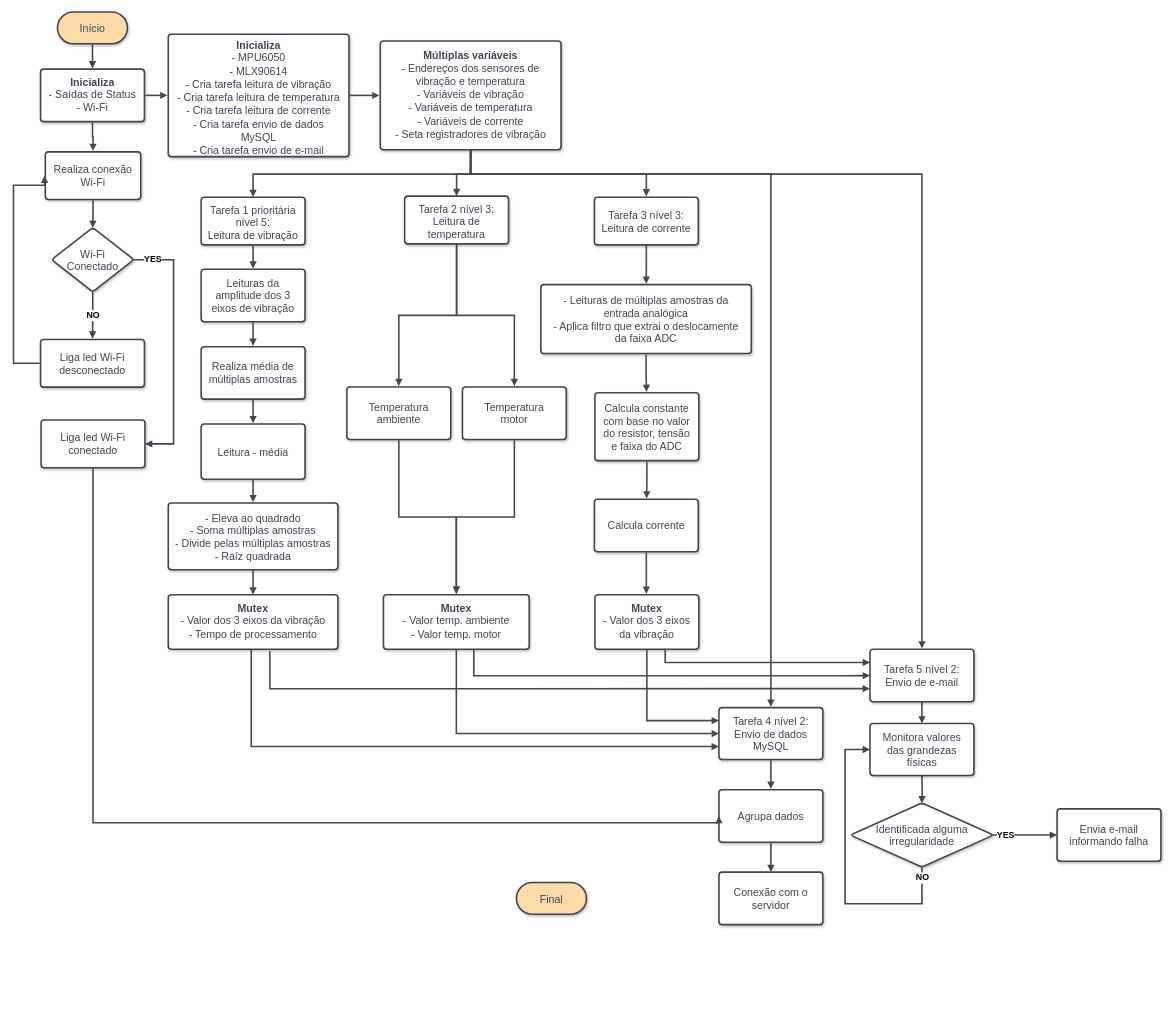
Earlier version of the draw.io diagram FluxogramaProgESP32_TCC2.drawio (fpaloschi/Fluxograma). Source tidied: cells renumbered, new cells numbered last; positions are measured from the earlier drawing's top-left corner, leaving out a move shared by most shapes. Both pictures are drawn from the tidied source at 53%, with x=0, y=0 at pixel (13, 12).
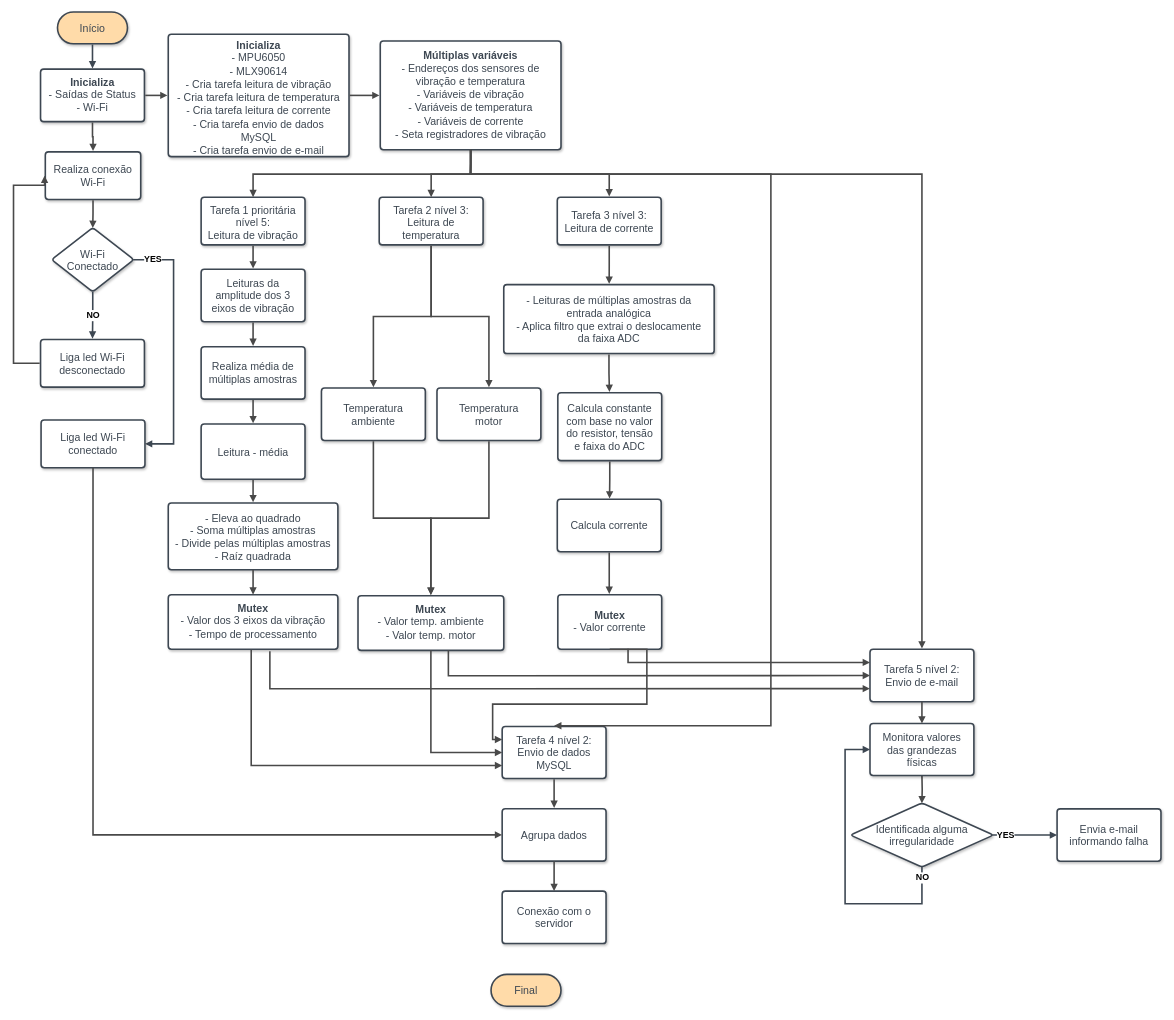
The same diagram, later.

Unchanged cells that the change refers to:
```xml
<mxCell id="22" value="Liga led Wi-Fi conectado" style="html=1;overflow=block;blockSpacing=1;whiteSpace=wrap;fontSize=20;fontFamily=Helvetica;fontColor=#3d4752;align=center;spacing=11.3;strokeColor=#3d4752;strokeOpacity=100;fillOpacity=100;rounded=1;absoluteArcSize=1;arcSize=12;shadow=1;fillColor=#ffffff;strokeWidth=3;lucidId=9ILj2eCA24AJ;" parent="1" vertex="1">
  <mxGeometry x="52" y="770" width="196" height="90" as="geometry" />
</mxCell>
<mxCell id="25" value="&lt;div style=&quot;display: flex; justify-content: center; text-align: center; align-items: baseline; font-size: 0; line-height: 1.25;margin-top: -2px;&quot;&gt;&lt;span&gt;&lt;span style=&quot;font-size:20px;color:#3d4752;font-weight: bold;font-family: Helvetica;&quot;&gt;Múltiplas variáveis&lt;/span&gt;&lt;span style=&quot;font-size:20px;color:#3d4752;font-family: Helvetica;&quot;&gt;&#10;&lt;/span&gt;&lt;/span&gt;&lt;/div&gt;&lt;div style=&quot;display: flex; justify-content: center; text-align: center; align-items: baseline; font-size: 0; line-height: 1.25;margin-top: -2px;&quot;&gt;&lt;span&gt;&lt;span style=&quot;font-size:20px;color:#3d4752;font-family: Helvetica;&quot;&gt;- Endereços dos sensores de vibração e temperatura&#10;- Variáveis de vibração&#10;- Variáveis de temperatura&#10;- Variáveis de corrente&#10;- Seta registradores de vibração&lt;/span&gt;&lt;/span&gt;&lt;/div&gt;" style="html=1;overflow=block;blockSpacing=1;whiteSpace=wrap;fontSize=13;fontFamily=Helvetica;spacing=11.3;strokeColor=#3d4752;strokeOpacity=100;fillOpacity=100;rounded=1;absoluteArcSize=1;arcSize=12;shadow=1;fillColor=#ffffff;strokeWidth=3;lucidId=vPLjcjZQjcOV;" parent="1" vertex="1">
  <mxGeometry x="692" y="55" width="341" height="205" as="geometry" />
</mxCell>
<mxCell id="54" value="&lt;div style=&quot;color: rgb(0, 0, 0); display: flex; justify-content: center; align-items: baseline; font-size: 0px; line-height: 1.25; margin-top: -2px;&quot;&gt;&lt;span style=&quot;font-size: 20px; color: rgb(61, 71, 82); font-weight: bold;&quot;&gt;Mutex&lt;/span&gt;&lt;span style=&quot;font-size: 20px; color: rgb(61, 71, 82);&quot;&gt;&lt;br&gt;&lt;/span&gt;&lt;/div&gt;&lt;div style=&quot;color: rgb(0, 0, 0); display: flex; justify-content: center; align-items: baseline; font-size: 0px; line-height: 1.25; margin-top: -2px;&quot;&gt;&lt;span style=&quot;font-size: 20px; color: rgb(61, 71, 82);&quot;&gt;- Valor dos 3 eixos da vibração&lt;br&gt;- Tempo de processamento&lt;/span&gt;&lt;/div&gt;" style="html=1;overflow=block;blockSpacing=1;whiteSpace=wrap;fontSize=20;fontFamily=Helvetica;fontColor=#3d4752;align=center;spacing=11.3;strokeColor=#3d4752;strokeOpacity=100;fillOpacity=100;rounded=1;absoluteArcSize=1;arcSize=12;shadow=1;fillColor=#ffffff;strokeWidth=3;lucidId=wdOjxjT~BS-Q;" parent="1" vertex="1">
  <mxGeometry x="292" y="1099.6" width="320" height="103" as="geometry" />
</mxCell>
```

Diff of the diagram source:
```diff
@@
     <mxCell id="6" value="Final" style="html=1;overflow=block;blockSpacing=1;whiteSpace=wrap;rounded=1;arcSize=50;fontSize=20;fontFamily=Helvetica;fontColor=#3d4752;align=center;spacing=11.3;strokeColor=#3d4752;strokeOpacity=100;fillOpacity=100;shadow=1;fillColor=#ffdba9;strokeWidth=3;lucidId=t1cwyaAYWCxq;" parent="1" vertex="1">
-      <mxGeometry x="949" y="1642.6" width="132" height="60" as="geometry" />
+      <mxGeometry x="901" y="1816" width="132" height="60" as="geometry" />
     </mxCell>
@@
     <mxCell id="17" value="Tarefa 2 nível 3: &#10;Leitura de temperatura" style="html=1;overflow=block;blockSpacing=1;whiteSpace=wrap;fontSize=20;fontFamily=Helvetica;fontColor=#3d4752;align=center;spacing=11.3;strokeColor=#3d4752;strokeOpacity=100;fillOpacity=100;rounded=1;absoluteArcSize=1;arcSize=12;shadow=1;fillColor=#ffffff;strokeWidth=3;lucidId=HxLj36Be4zOr;" parent="1" vertex="1">
-      <mxGeometry x="738" y="347.6" width="196" height="90" as="geometry" />
+      <mxGeometry x="690" y="349.6" width="196" height="90" as="geometry" />
     </mxCell>
     <mxCell id="18" value="Tarefa 3 nível 3: &#10;Leitura de corrente" style="html=1;overflow=block;blockSpacing=1;whiteSpace=wrap;fontSize=20;fontFamily=Helvetica;fontColor=#3d4752;align=center;spacing=11.3;strokeColor=#3d4752;strokeOpacity=100;fillOpacity=100;rounded=1;absoluteArcSize=1;arcSize=12;shadow=1;fillColor=#ffffff;strokeWidth=3;lucidId=NyLjOp56AqbX;" parent="1" vertex="1">
-      <mxGeometry x="1096" y="349.6" width="196" height="90" as="geometry" />
+      <mxGeometry x="1026" y="349.6" width="196" height="90" as="geometry" />
     </mxCell>
     <mxCell id="19" value="Tarefa 4 nível 2: &#10;Envio de dados MySQL" style="html=1;overflow=block;blockSpacing=1;whiteSpace=wrap;fontSize=20;fontFamily=Helvetica;fontColor=#3d4752;align=center;spacing=11.3;strokeColor=#3d4752;strokeOpacity=100;fillOpacity=100;rounded=1;absoluteArcSize=1;arcSize=12;shadow=1;fillColor=#ffffff;strokeWidth=3;lucidId=rzLjJsJPlAcu;" parent="1" vertex="1">
-      <mxGeometry x="1331" y="1312.6" width="196" height="98" as="geometry" />
+      <mxGeometry x="922" y="1348.3" width="196" height="98" as="geometry" />
     </mxCell>
@@
     <mxCell id="29" value="Temperatura&#10;ambiente" style="html=1;overflow=block;blockSpacing=1;whiteSpace=wrap;fontSize=20;fontFamily=Helvetica;fontColor=#3d4752;align=center;spacing=11.3;strokeColor=#3d4752;strokeOpacity=100;fillOpacity=100;rounded=1;absoluteArcSize=1;arcSize=12;shadow=1;fillColor=#ffffff;strokeWidth=3;lucidId=rtMj4EFjBH4M;" parent="1" vertex="1">
-      <mxGeometry x="629" y="707.6" width="196" height="99" as="geometry" />
+      <mxGeometry x="581" y="709.6" width="196" height="99" as="geometry" />
     </mxCell>
     <mxCell id="30" value="Temperatura&#10;motor" style="html=1;overflow=block;blockSpacing=1;whiteSpace=wrap;fontSize=20;fontFamily=Helvetica;fontColor=#3d4752;align=center;spacing=11.3;strokeColor=#3d4752;strokeOpacity=100;fillOpacity=100;rounded=1;absoluteArcSize=1;arcSize=12;shadow=1;fillColor=#ffffff;strokeWidth=3;lucidId=XtMjKPEEW~Cp;" parent="1" vertex="1">
-      <mxGeometry x="847" y="707.6" width="196" height="99" as="geometry" />
+      <mxGeometry x="799" y="709.6" width="196" height="99" as="geometry" />
     </mxCell>
@@
     <mxCell id="32" value="- Leituras de múltiplas amostras da entrada analógica&#10;- Aplica filtro que extrai o deslocamente da faixa ADC" style="html=1;overflow=block;blockSpacing=1;whiteSpace=wrap;fontSize=20;fontFamily=Helvetica;fontColor=#3d4752;align=center;spacing=11.3;strokeColor=#3d4752;strokeOpacity=100;fillOpacity=100;rounded=1;absoluteArcSize=1;arcSize=12;shadow=1;fillColor=#ffffff;strokeWidth=3;lucidId=dkOjYEfTatYL;" parent="1" vertex="1">
-      <mxGeometry x="995" y="514.6" width="397" height="130" as="geometry" />
+      <mxGeometry x="925" y="514.6" width="397" height="130" as="geometry" />
     </mxCell>
     <mxCell id="33" value="Calcula constante com base no valor do resistor, tensão e faixa do ADC  " style="html=1;overflow=block;blockSpacing=1;whiteSpace=wrap;fontSize=20;fontFamily=Helvetica;fontColor=#3d4752;align=center;spacing=11.3;strokeColor=#3d4752;strokeOpacity=100;fillOpacity=100;rounded=1;absoluteArcSize=1;arcSize=12;shadow=1;fillColor=#ffffff;strokeWidth=3;lucidId=mtOjdV8swVLO;" parent="1" vertex="1">
-      <mxGeometry x="1097" y="718.6" width="196" height="128" as="geometry" />
+      <mxGeometry x="1027" y="718.6" width="196" height="128" as="geometry" />
     </mxCell>
     <mxCell id="34" value="Calcula corrente" style="html=1;overflow=block;blockSpacing=1;whiteSpace=wrap;fontSize=20;fontFamily=Helvetica;fontColor=#3d4752;align=center;spacing=11.3;strokeColor=#3d4752;strokeOpacity=100;fillOpacity=100;rounded=1;absoluteArcSize=1;arcSize=12;shadow=1;fillColor=#ffffff;strokeWidth=3;lucidId=ZwOj.ghcBY6T;" parent="1" vertex="1">
-      <mxGeometry x="1096" y="919.6" width="196" height="99" as="geometry" />
+      <mxGeometry x="1026" y="919.6" width="196" height="99" as="geometry" />
     </mxCell>
     <mxCell id="35" value="&lt;div style=&quot;display: flex; justify-content: center; text-align: center; align-items: baseline; font-size: 0; line-height: 1.25;margin-top: -2px;&quot;&gt;&lt;span&gt;&lt;span style=&quot;font-size:20px;color:#3d4752;font-weight: bold;font-family: Helvetica;&quot;&gt;Mutex&lt;/span&gt;&lt;span style=&quot;font-size:20px;color:#3d4752;font-family: Helvetica;&quot;&gt;&#10;&lt;/span&gt;&lt;/span&gt;&lt;/div&gt;&lt;div style=&quot;display: flex; justify-content: center; text-align: center; align-items: baseline; font-size: 0; line-height: 1.25;margin-top: -2px;&quot;&gt;&lt;span&gt;&lt;span style=&quot;font-size:20px;color:#3d4752;font-family: Helvetica;&quot;&gt; -  Valor temp. ambiente&#10;- Valor temp. motor&lt;/span&gt;&lt;/span&gt;&lt;/div&gt;" style="html=1;overflow=block;blockSpacing=1;whiteSpace=wrap;fontSize=13;fontFamily=Helvetica;spacing=11.3;strokeColor=#3d4752;strokeOpacity=100;fillOpacity=100;rounded=1;absoluteArcSize=1;arcSize=12;shadow=1;fillColor=#ffffff;strokeWidth=3;lucidId=1POj_GI9XOov;" parent="1" vertex="1">
-      <mxGeometry x="698" y="1099.6" width="275" height="103" as="geometry" />
+      <mxGeometry x="650" y="1101.6" width="275" height="103" as="geometry" />
     </mxCell>
     <mxCell id="36" style="html=1;jettySize=18;whiteSpace=wrap;fontSize=13;strokeColor=#494949;strokeWidth=3;rounded=1;arcSize=0;edgeStyle=orthogonalEdgeStyle;startArrow=none;endArrow=block;endFill=1;exitX=0.5;exitY=1;entryX=0.5;entryY=-0.017;entryPerimeter=0;lucidId=4ZOji4YNaRn5;exitDx=0;exitDy=0;" parent="1" edge="1" source="25" target="18">
       <mxGeometry relative="1" as="geometry">
         <Array as="points">
           <mxPoint x="863" y="306" />
-          <mxPoint x="1194" y="306" />
+          <mxPoint x="1124" y="306" />
         </Array>
       </mxGeometry>
     </mxCell>
@@
-    <mxCell id="48" value="&lt;div style=&quot;display: flex; justify-content: center; text-align: center; align-items: baseline; font-size: 0; line-height: 1.25;margin-top: -2px;&quot;&gt;&lt;span&gt;&lt;span style=&quot;font-size:20px;color:#3d4752;font-weight: bold;font-family: Helvetica;&quot;&gt;Mutex&lt;/span&gt;&lt;span style=&quot;font-size:20px;color:#3d4752;font-family: Helvetica;&quot;&gt;&#10;&lt;/span&gt;&lt;/span&gt;&lt;/div&gt;&lt;div style=&quot;display: flex; justify-content: center; text-align: center; align-items: baseline; font-size: 0; line-height: 1.25;margin-top: -2px;&quot;&gt;&lt;span&gt;&lt;span style=&quot;font-size:20px;color:#3d4752;font-family: Helvetica;&quot;&gt; - Valor dos 3 eixos da vibração&lt;/span&gt;&lt;/span&gt;&lt;/div&gt;" style="html=1;overflow=block;blockSpacing=1;whiteSpace=wrap;fontSize=13;fontFamily=Helvetica;spacing=11.3;strokeColor=#3d4752;strokeOpacity=100;fillOpacity=100;rounded=1;absoluteArcSize=1;arcSize=12;shadow=1;fillColor=#ffffff;strokeWidth=3;lucidId=.4OjOE916lod;" parent="1" vertex="1">
-      <mxGeometry x="1097" y="1099.6" width="196" height="103" as="geometry" />
+    <mxCell id="48" value="&lt;div style=&quot;display: flex; justify-content: center; text-align: center; align-items: baseline; font-size: 0; line-height: 1.25;margin-top: -2px;&quot;&gt;&lt;span&gt;&lt;span style=&quot;font-size:20px;color:#3d4752;font-weight: bold;font-family: Helvetica;&quot;&gt;Mutex&lt;/span&gt;&lt;span style=&quot;font-size:20px;color:#3d4752;font-family: Helvetica;&quot;&gt;&lt;br&gt;&lt;/span&gt;&lt;/span&gt;&lt;/div&gt;&lt;div style=&quot;display: flex; justify-content: center; text-align: center; align-items: baseline; font-size: 0; line-height: 1.25;margin-top: -2px;&quot;&gt;&lt;span&gt;&lt;span style=&quot;font-size:20px;color:#3d4752;font-family: Helvetica;&quot;&gt; - Valor corrente&lt;/span&gt;&lt;/span&gt;&lt;/div&gt;" style="html=1;overflow=block;blockSpacing=1;whiteSpace=wrap;fontSize=13;fontFamily=Helvetica;spacing=11.3;strokeColor=#3d4752;strokeOpacity=100;fillOpacity=100;rounded=1;absoluteArcSize=1;arcSize=12;shadow=1;fillColor=#ffffff;strokeWidth=3;lucidId=.4OjOE916lod;" parent="1" vertex="1">
+      <mxGeometry x="1027" y="1099.6" width="196" height="103" as="geometry" />
     </mxCell>
@@
     <mxCell id="50" value="Agrupa dados" style="html=1;overflow=block;blockSpacing=1;whiteSpace=wrap;fontSize=20;fontFamily=Helvetica;fontColor=#3d4752;align=center;spacing=11.3;strokeColor=#3d4752;strokeOpacity=100;fillOpacity=100;rounded=1;absoluteArcSize=1;arcSize=12;shadow=1;fillColor=#ffffff;strokeWidth=3;lucidId=PaPjgZ5aMJZG;" parent="1" vertex="1">
-      <mxGeometry x="1331" y="1467.6" width="196" height="99" as="geometry" />
+      <mxGeometry x="922" y="1503.3" width="196" height="99" as="geometry" />
     </mxCell>
@@
     <mxCell id="56" style="html=1;jettySize=18;whiteSpace=wrap;fontSize=13;strokeColor=#494949;strokeWidth=3;rounded=1;arcSize=0;edgeStyle=orthogonalEdgeStyle;startArrow=none;endArrow=block;endFill=1;exitX=0.489;exitY=1.01;lucidId=.1OjHbTHSmcL;exitDx=0;exitDy=0;exitPerimeter=0;entryX=0;entryY=0.75;entryDx=0;entryDy=0;" parent="1" edge="1" source="54" target="19">
       <mxGeometry relative="1" as="geometry">
         <Array as="points">
-          <mxPoint x="449" y="1386.6" />
+          <mxPoint x="448" y="1422" />
         </Array>
       </mxGeometry>
     </mxCell>
@@
     <mxCell id="58" style="html=1;jettySize=18;whiteSpace=wrap;fontSize=13;strokeColor=#494949;strokeWidth=3;rounded=1;arcSize=0;edgeStyle=orthogonalEdgeStyle;startArrow=none;endArrow=block;endFill=1;exitX=0.5;exitY=1;entryX=0;entryY=0.25;lucidId=f5OjCOt4Zw9H;exitDx=0;exitDy=0;entryDx=0;entryDy=0;" parent="1" edge="1" source="48" target="19">
-      <mxGeometry relative="1" as="geometry" />
+      <mxGeometry relative="1" as="geometry">
+        <Array as="points">
+          <mxPoint x="1195" y="1306" />
+          <mxPoint x="904" y="1306" />
+          <mxPoint x="904" y="1373" />
+        </Array>
+      </mxGeometry>
     </mxCell>
     <mxCell id="59" value="Conexão com o servidor" style="html=1;overflow=block;blockSpacing=1;whiteSpace=wrap;fontSize=20;fontFamily=Helvetica;fontColor=#3d4752;align=center;spacing=11.3;strokeColor=#3d4752;strokeOpacity=100;fillOpacity=100;rounded=1;absoluteArcSize=1;arcSize=12;shadow=1;fillColor=#ffffff;strokeWidth=3;lucidId=PaPjgZ5aMJZG;" parent="1" vertex="1">
-      <mxGeometry x="1331" y="1623.1" width="196" height="99" as="geometry" />
+      <mxGeometry x="922" y="1658.8" width="196" height="99" as="geometry" />
     </mxCell>
@@
     <mxCell id="61" style="html=1;jettySize=18;whiteSpace=wrap;fontSize=13;strokeColor=#494949;strokeWidth=3;rounded=1;arcSize=0;edgeStyle=orthogonalEdgeStyle;startArrow=none;endArrow=block;endFill=1;exitX=0.5;exitY=1;lucidId=.1OjHbTHSmcL;exitDx=0;exitDy=0;entryX=0;entryY=0.5;entryDx=0;entryDy=0;" parent="1" edge="1" source="22" target="50">
       <mxGeometry relative="1" as="geometry">
         <Array as="points">
-          <mxPoint x="150" y="1530" />
+          <mxPoint x="150" y="1553" />
         </Array>
       </mxGeometry>
     </mxCell>
@@
     <mxCell id="74" style="html=1;jettySize=18;whiteSpace=wrap;fontSize=13;strokeColor=#494949;strokeWidth=3;rounded=1;arcSize=0;edgeStyle=orthogonalEdgeStyle;startArrow=none;endArrow=block;endFill=1;exitX=0.5;exitY=1;entryX=0.5;entryY=0;lucidId=4ZOji4YNaRn5;exitDx=0;exitDy=0;entryDx=0;entryDy=0;" parent="1" edge="1" source="25" target="17">
       <mxGeometry relative="1" as="geometry">
         <Array as="points">
           <mxPoint x="863" y="306" />
-          <mxPoint x="836" y="306" />
+          <mxPoint x="788" y="306" />
         </Array>
       </mxGeometry>
     </mxCell>
```
